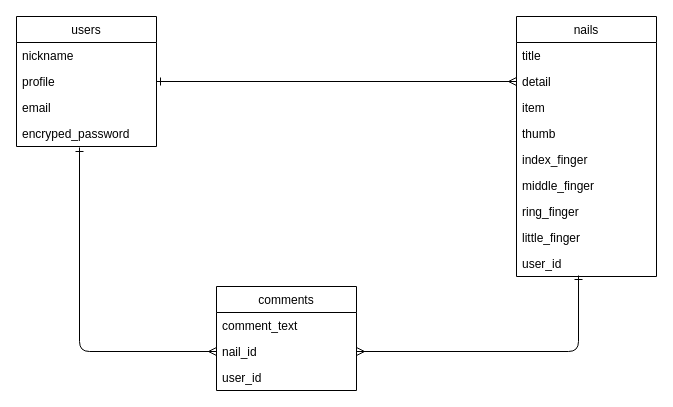
Before: nailrecipe.dio in yuricca/nailrecipe, a draw.io diagram. Source tidied: cells renumbered, new cells numbered last; positions are measured from the earlier drawing's top-left corner, leaving out a move shared by most shapes. Both pictures are drawn from the tidied source at 100%, with x=0, y=0 at pixel (16, 16).
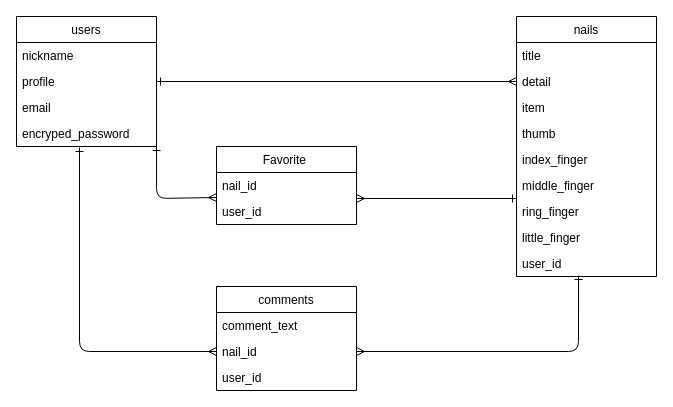
The same diagram, later.

Unchanged cells that the change refers to:
```xml
<mxCell id="14" value="ring_finger" style="text;strokeColor=none;fillColor=none;align=left;verticalAlign=top;spacingLeft=4;spacingRight=4;overflow=hidden;points=[[0,0.5],[1,0.5]];portConstraint=eastwest;" parent="7" vertex="1">
  <mxGeometry y="182" width="140" height="26" as="geometry" />
</mxCell>
```

Diff of the diagram source:
```diff
@@
+    <mxCell id="24" value="Favorite " style="swimlane;fontStyle=0;horizontal=1;startSize=26;fillColor=none;" parent="1" vertex="1">
+      <mxGeometry x="200" y="130" width="140" height="78" as="geometry" />
+    </mxCell>
+    <mxCell id="25" value="nail_id" style="text;strokeColor=none;fillColor=none;align=left;verticalAlign=top;spacingLeft=4;spacingRight=4;overflow=hidden;" parent="24" vertex="1">
+      <mxGeometry y="26" width="140" height="26" as="geometry" />
+    </mxCell>
+    <mxCell id="26" value="user_id" style="text;strokeColor=none;fillColor=none;align=left;verticalAlign=top;spacingLeft=4;spacingRight=4;overflow=hidden;points=[[0,0.5],[1,0.5]];portConstraint=eastwest;" parent="24" vertex="1">
+      <mxGeometry y="52" width="140" height="26" as="geometry" />
+    </mxCell>
+    <mxCell id="27" style="edgeStyle=none;html=1;entryX=0;entryY=-0.038;entryDx=0;entryDy=0;endArrow=ERmany;endFill=0;startArrow=ERone;startFill=0;entryPerimeter=0;" parent="1" edge="1" target="26">
+      <mxGeometry relative="1" as="geometry">
+        <mxPoint x="140" y="130" as="sourcePoint" />
+        <Array as="points">
+          <mxPoint x="140" y="182" />
+        </Array>
+      </mxGeometry>
+    </mxCell>
+    <mxCell id="28" style="edgeStyle=none;html=1;startArrow=ERone;startFill=0;endArrow=ERmany;endFill=0;exitX=0;exitY=0;exitDx=0;exitDy=0;exitPerimeter=0;" parent="1" edge="1" source="14">
+      <mxGeometry relative="1" as="geometry">
+        <mxPoint x="340" y="182" as="targetPoint" />
+      </mxGeometry>
+    </mxCell>
```
